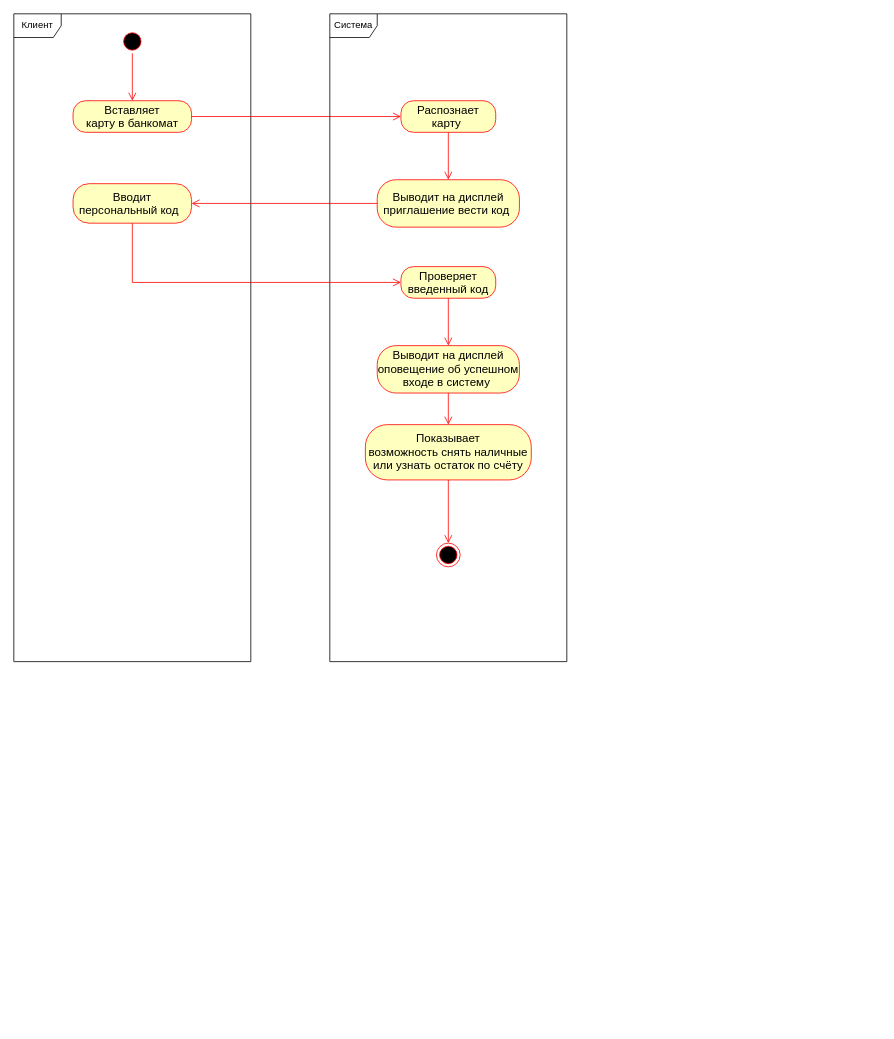
Above: page "Узнать остаток по счёту" (1 of 5) of папс/Банкомат/Банкомат Активность.drawio in KvoERR/pnrpu-3rd-year (draw.io), before the change. Source tidied: cells renumbered, new cells numbered last; positions are measured from the earlier drawing's top-left corner, leaving out a move shared by most shapes. Both pictures are drawn from the tidied source at 79%, with x=0, y=0 at pixel (13, 13).
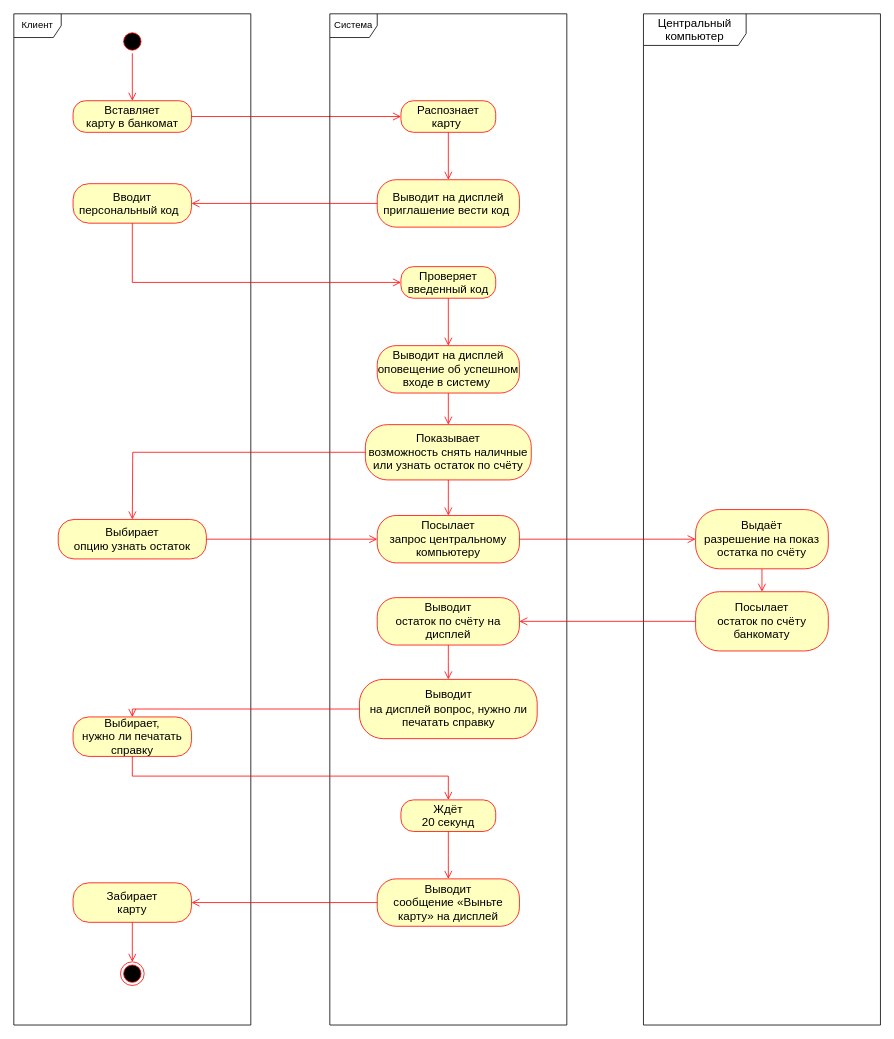
The same diagram, later.

Unchanged cells that the change refers to:
```xml
<mxCell id="17" value="&lt;span style=&quot;font-size:11.0pt;line-height:115%;&lt;br/&gt;font-family:&amp;quot;Calibri&amp;quot;,sans-serif;mso-ascii-theme-font:minor-latin;mso-fareast-font-family:&lt;br/&gt;Calibri;mso-fareast-theme-font:minor-latin;mso-hansi-theme-font:minor-latin;&lt;br/&gt;mso-bidi-font-family:&amp;quot;Times New Roman&amp;quot;;mso-bidi-theme-font:minor-bidi;&lt;br/&gt;mso-ansi-language:RU;mso-fareast-language:EN-US;mso-bidi-language:AR-SA&quot;&gt;Показывает&lt;br/&gt;возможность снять наличные или узнать остаток по счёту&lt;/span&gt;" style="rounded=1;whiteSpace=wrap;html=1;arcSize=40;fontColor=#000000;fillColor=#ffffc0;strokeColor=#ff0000;" parent="1" vertex="1">
  <mxGeometry x="445" y="520" width="210" height="70" as="geometry" />
</mxCell>
```

Diff of the diagram source:
```diff
@@
     <mxCell id="2" value="Клиент" style="shape=umlFrame;whiteSpace=wrap;html=1;" parent="1" vertex="1">
-      <mxGeometry width="300" height="820" as="geometry" />
+      <mxGeometry width="300" height="1280" as="geometry" />
     </mxCell>
@@
     <mxCell id="7" value="Система" style="shape=umlFrame;whiteSpace=wrap;html=1;" parent="1" vertex="1">
-      <mxGeometry x="400" width="300" height="820" as="geometry" />
+      <mxGeometry x="400" width="300" height="1280" as="geometry" />
     </mxCell>
@@
-    <mxCell id="19" style="ellipse;html=1;shape=endState;fillColor=#000000;strokeColor=#ff0000;" parent="1" vertex="1">
-      <mxGeometry x="535" y="670" width="30" height="30" as="geometry" />
-    </mxCell>
-    <mxCell id="20" style="edgeStyle=orthogonalEdgeStyle;html=1;verticalAlign=bottom;endArrow=open;endSize=8;strokeColor=#ff0000;rounded=0;entryX=0.5;entryY=0;entryDx=0;entryDy=0;exitX=0.5;exitY=1;exitDx=0;exitDy=0;" parent="1" edge="1" source="17" target="19">
-      <mxGeometry relative="1" as="geometry" />
-    </mxCell>
+    <mxCell id="21" style="edgeStyle=orthogonalEdgeStyle;html=1;verticalAlign=bottom;endArrow=open;endSize=8;strokeColor=#ff0000;rounded=0;exitX=0;exitY=0.5;exitDx=0;exitDy=0;" parent="1" edge="1" source="17">
+      <mxGeometry relative="1" as="geometry">
+        <mxPoint x="150" y="640" as="targetPoint" />
+      </mxGeometry>
+    </mxCell>
+    <mxCell id="22" value="&lt;span style=&quot;font-size:11.0pt;line-height:115%;&lt;br/&gt;font-family:&amp;quot;Calibri&amp;quot;,sans-serif;mso-ascii-theme-font:minor-latin;mso-fareast-font-family:&lt;br/&gt;Calibri;mso-fareast-theme-font:minor-latin;mso-hansi-theme-font:minor-latin;&lt;br/&gt;mso-bidi-font-family:&amp;quot;Times New Roman&amp;quot;;mso-bidi-theme-font:minor-bidi;&lt;br/&gt;mso-ansi-language:RU;mso-fareast-language:EN-US;mso-bidi-language:AR-SA&quot;&gt;Выбирает&lt;br/&gt;опцию узнать остаток&lt;/span&gt;" style="rounded=1;whiteSpace=wrap;html=1;arcSize=40;fontColor=#000000;fillColor=#ffffc0;strokeColor=#ff0000;" parent="1" vertex="1">
+      <mxGeometry x="56.2" y="640" width="187.5" height="50" as="geometry" />
+    </mxCell>
+    <mxCell id="23" style="edgeStyle=orthogonalEdgeStyle;html=1;verticalAlign=bottom;endArrow=open;endSize=8;strokeColor=#ff0000;rounded=0;entryX=0;entryY=0.5;entryDx=0;entryDy=0;" parent="1" edge="1" source="22" target="24">
+      <mxGeometry relative="1" as="geometry" />
+    </mxCell>
+    <mxCell id="24" value="&lt;span style=&quot;font-size:11.0pt;line-height:115%;&lt;br/&gt;font-family:&amp;quot;Calibri&amp;quot;,sans-serif;mso-ascii-theme-font:minor-latin;mso-fareast-font-family:&lt;br/&gt;Calibri;mso-fareast-theme-font:minor-latin;mso-hansi-theme-font:minor-latin;&lt;br/&gt;mso-bidi-font-family:&amp;quot;Times New Roman&amp;quot;;mso-bidi-theme-font:minor-bidi;&lt;br/&gt;mso-ansi-language:RU;mso-fareast-language:EN-US;mso-bidi-language:AR-SA&quot;&gt;Посылает&lt;br/&gt;запрос центральному компьютеру&lt;/span&gt;" style="rounded=1;whiteSpace=wrap;html=1;arcSize=40;fontColor=#000000;fillColor=#ffffc0;strokeColor=#ff0000;" parent="1" vertex="1">
+      <mxGeometry x="460" y="635" width="180" height="60" as="geometry" />
+    </mxCell>
+    <mxCell id="25" style="edgeStyle=orthogonalEdgeStyle;html=1;verticalAlign=bottom;endArrow=open;endSize=8;strokeColor=#ff0000;rounded=0;exitX=0.5;exitY=1;exitDx=0;exitDy=0;entryX=0.5;entryY=0;entryDx=0;entryDy=0;" parent="1" edge="1" source="34" target="40">
+      <mxGeometry relative="1" as="geometry" />
+    </mxCell>
+    <mxCell id="26" value="&lt;span style=&quot;font-size: 14.6667px;&quot;&gt;Выводит&lt;/span&gt;&lt;br style=&quot;font-size: 14.6667px;&quot;&gt;&lt;span style=&quot;font-size: 14.6667px;&quot;&gt;на дисплей вопрос, нужно ли печатать справку&lt;/span&gt;" style="rounded=1;whiteSpace=wrap;html=1;arcSize=40;fontColor=#000000;fillColor=#ffffc0;strokeColor=#ff0000;" parent="1" vertex="1">
+      <mxGeometry x="437.5" y="842.5" width="225" height="75" as="geometry" />
+    </mxCell>
+    <mxCell id="27" value="&lt;span style=&quot;font-size:11.0pt;line-height:115%;&lt;br/&gt;font-family:&amp;quot;Calibri&amp;quot;,sans-serif;mso-ascii-theme-font:minor-latin;mso-fareast-font-family:&lt;br/&gt;Calibri;mso-fareast-theme-font:minor-latin;mso-hansi-theme-font:minor-latin;&lt;br/&gt;mso-bidi-font-family:&amp;quot;Times New Roman&amp;quot;;mso-bidi-theme-font:minor-bidi;&lt;br/&gt;mso-ansi-language:RU;mso-fareast-language:EN-US;mso-bidi-language:AR-SA&quot;&gt;Выбирает,&lt;br/&gt;нужно ли печатать справку&lt;/span&gt;" style="rounded=1;whiteSpace=wrap;html=1;arcSize=40;fontColor=#000000;fillColor=#ffffc0;strokeColor=#ff0000;" parent="1" vertex="1">
+      <mxGeometry x="75" y="890" width="150" height="50" as="geometry" />
+    </mxCell>
+    <mxCell id="28" value="&lt;span style=&quot;font-size:11.0pt;line-height:115%;&lt;br/&gt;font-family:&amp;quot;Calibri&amp;quot;,sans-serif;mso-ascii-theme-font:minor-latin;mso-fareast-font-family:&lt;br/&gt;Calibri;mso-fareast-theme-font:minor-latin;mso-hansi-theme-font:minor-latin;&lt;br/&gt;mso-bidi-font-family:&amp;quot;Times New Roman&amp;quot;;mso-bidi-theme-font:minor-bidi;&lt;br/&gt;mso-ansi-language:RU;mso-fareast-language:EN-US;mso-bidi-language:AR-SA&quot;&gt;Ждёт&lt;br/&gt;20 секунд&lt;/span&gt;" style="rounded=1;whiteSpace=wrap;html=1;arcSize=40;fontColor=#000000;fillColor=#ffffc0;strokeColor=#ff0000;" parent="1" vertex="1">
+      <mxGeometry x="490" y="995" width="120" height="40" as="geometry" />
+    </mxCell>
+    <mxCell id="29" style="edgeStyle=orthogonalEdgeStyle;html=1;verticalAlign=bottom;endArrow=open;endSize=8;strokeColor=#ff0000;rounded=0;" parent="1" edge="1" source="28">
+      <mxGeometry relative="1" as="geometry">
+        <mxPoint x="550" y="1095" as="targetPoint" />
+      </mxGeometry>
+    </mxCell>
+    <mxCell id="30" value="&lt;span style=&quot;font-size:11.0pt;line-height:115%;&lt;br/&gt;font-family:&amp;quot;Calibri&amp;quot;,sans-serif;mso-ascii-theme-font:minor-latin;mso-fareast-font-family:&lt;br/&gt;Calibri;mso-fareast-theme-font:minor-latin;mso-hansi-theme-font:minor-latin;&lt;br/&gt;mso-bidi-font-family:&amp;quot;Times New Roman&amp;quot;;mso-bidi-theme-font:minor-bidi;&lt;br/&gt;mso-ansi-language:RU;mso-fareast-language:EN-US;mso-bidi-language:AR-SA&quot;&gt;Выводит&lt;br/&gt;сообщение «Выньте карту» на дисплей&lt;/span&gt;" style="rounded=1;whiteSpace=wrap;html=1;arcSize=40;fontColor=#000000;fillColor=#ffffc0;strokeColor=#ff0000;" parent="1" vertex="1">
+      <mxGeometry x="460" y="1095" width="180" height="60" as="geometry" />
+    </mxCell>
+    <mxCell id="31" style="ellipse;html=1;shape=endState;fillColor=#000000;strokeColor=#ff0000;" parent="1" vertex="1">
+      <mxGeometry x="135" y="1200" width="30" height="30" as="geometry" />
+    </mxCell>
+    <mxCell id="32" style="edgeStyle=orthogonalEdgeStyle;html=1;verticalAlign=bottom;endArrow=open;endSize=8;strokeColor=#ff0000;rounded=0;entryX=1;entryY=0.5;entryDx=0;entryDy=0;exitX=0;exitY=0.5;exitDx=0;exitDy=0;" parent="1" edge="1" source="30" target="43">
+      <mxGeometry relative="1" as="geometry" />
+    </mxCell>
+    <mxCell id="33" value="&lt;span style=&quot;font-size:11.0pt;line-height:115%;&lt;br/&gt;font-family:&amp;quot;Calibri&amp;quot;,sans-serif;mso-ascii-theme-font:minor-latin;mso-fareast-font-family:&lt;br/&gt;Calibri;mso-fareast-theme-font:minor-latin;mso-hansi-theme-font:minor-latin;&lt;br/&gt;mso-bidi-font-family:&amp;quot;Times New Roman&amp;quot;;mso-bidi-theme-font:minor-bidi;&lt;br/&gt;mso-ansi-language:RU;mso-fareast-language:EN-US;mso-bidi-language:AR-SA&quot;&gt;Центральный&lt;br/&gt;компьютер&lt;/span&gt;" style="shape=umlFrame;whiteSpace=wrap;html=1;width=130;height=40;" parent="1" vertex="1">
+      <mxGeometry x="797" width="300" height="1280" as="geometry" />
+    </mxCell>
+    <mxCell id="34" value="&lt;span style=&quot;font-size:11.0pt;line-height:115%;&lt;br/&gt;font-family:&amp;quot;Calibri&amp;quot;,sans-serif;mso-ascii-theme-font:minor-latin;mso-fareast-font-family:&lt;br/&gt;Calibri;mso-fareast-theme-font:minor-latin;mso-hansi-theme-font:minor-latin;&lt;br/&gt;mso-bidi-font-family:&amp;quot;Times New Roman&amp;quot;;mso-bidi-theme-font:minor-bidi;&lt;br/&gt;mso-ansi-language:RU;mso-fareast-language:EN-US;mso-bidi-language:AR-SA&quot;&gt;Выдаёт&lt;br/&gt;разрешение на показ остатка по счёту&lt;/span&gt;" style="rounded=1;whiteSpace=wrap;html=1;arcSize=40;fontColor=#000000;fillColor=#ffffc0;strokeColor=#ff0000;" parent="1" vertex="1">
+      <mxGeometry x="863" y="627.5" width="168" height="75" as="geometry" />
+    </mxCell>
+    <mxCell id="35" value="&lt;span style=&quot;font-size:11.0pt;line-height:115%;&lt;br/&gt;font-family:&amp;quot;Calibri&amp;quot;,sans-serif;mso-ascii-theme-font:minor-latin;mso-fareast-font-family:&lt;br/&gt;Calibri;mso-fareast-theme-font:minor-latin;mso-hansi-theme-font:minor-latin;&lt;br/&gt;mso-bidi-font-family:&amp;quot;Times New Roman&amp;quot;;mso-bidi-theme-font:minor-bidi;&lt;br/&gt;mso-ansi-language:RU;mso-fareast-language:EN-US;mso-bidi-language:AR-SA&quot;&gt;Выводит&lt;br/&gt;остаток по счёту на дисплей&lt;/span&gt;" style="rounded=1;whiteSpace=wrap;html=1;arcSize=40;fontColor=#000000;fillColor=#ffffc0;strokeColor=#ff0000;" parent="1" vertex="1">
+      <mxGeometry x="460" y="739" width="180" height="60" as="geometry" />
+    </mxCell>
+    <mxCell id="36" style="edgeStyle=orthogonalEdgeStyle;html=1;verticalAlign=bottom;endArrow=open;endSize=8;strokeColor=#ff0000;rounded=0;entryX=0.5;entryY=0;entryDx=0;entryDy=0;exitX=0.5;exitY=1;exitDx=0;exitDy=0;" parent="1" edge="1" source="35" target="26">
+      <mxGeometry relative="1" as="geometry">
+        <Array as="points">
+          <mxPoint x="550" y="820" />
+          <mxPoint x="550" y="820" />
+        </Array>
+      </mxGeometry>
+    </mxCell>
+    <mxCell id="37" style="edgeStyle=orthogonalEdgeStyle;html=1;verticalAlign=bottom;endArrow=open;endSize=8;strokeColor=#ff0000;rounded=0;entryX=0.5;entryY=0;entryDx=0;entryDy=0;exitX=0.5;exitY=1;exitDx=0;exitDy=0;" parent="1" edge="1" source="27" target="28">
+      <mxGeometry relative="1" as="geometry">
+        <Array as="points">
+          <mxPoint x="150" y="964.9" />
+          <mxPoint x="550" y="964.9" />
+        </Array>
+      </mxGeometry>
+    </mxCell>
+    <mxCell id="38" style="edgeStyle=orthogonalEdgeStyle;html=1;verticalAlign=bottom;endArrow=open;endSize=8;strokeColor=#ff0000;rounded=0;entryX=0.5;entryY=0;entryDx=0;entryDy=0;exitX=0;exitY=0.5;exitDx=0;exitDy=0;" parent="1" edge="1" source="26" target="27">
+      <mxGeometry relative="1" as="geometry">
+        <Array as="points">
+          <mxPoint x="150" y="880" />
+        </Array>
+      </mxGeometry>
+    </mxCell>
+    <mxCell id="39" style="edgeStyle=orthogonalEdgeStyle;html=1;verticalAlign=bottom;endArrow=open;endSize=8;strokeColor=#ff0000;rounded=0;entryX=0.5;entryY=0;entryDx=0;entryDy=0;exitX=0.5;exitY=1;exitDx=0;exitDy=0;" parent="1" edge="1" source="17" target="24">
+      <mxGeometry relative="1" as="geometry" />
+    </mxCell>
+    <mxCell id="40" value="&lt;span style=&quot;font-size:11.0pt;line-height:115%;&lt;br/&gt;font-family:&amp;quot;Calibri&amp;quot;,sans-serif;mso-ascii-theme-font:minor-latin;mso-fareast-font-family:&lt;br/&gt;Calibri;mso-fareast-theme-font:minor-latin;mso-hansi-theme-font:minor-latin;&lt;br/&gt;mso-bidi-font-family:&amp;quot;Times New Roman&amp;quot;;mso-bidi-theme-font:minor-bidi;&lt;br/&gt;mso-ansi-language:RU;mso-fareast-language:EN-US;mso-bidi-language:AR-SA&quot;&gt;Посылает&lt;br/&gt;остаток по счёту банкомату&lt;/span&gt;" style="rounded=1;whiteSpace=wrap;html=1;arcSize=40;fontColor=#000000;fillColor=#ffffc0;strokeColor=#ff0000;" parent="1" vertex="1">
+      <mxGeometry x="863" y="731.5" width="168" height="75" as="geometry" />
+    </mxCell>
+    <mxCell id="41" style="edgeStyle=orthogonalEdgeStyle;html=1;verticalAlign=bottom;endArrow=open;endSize=8;strokeColor=#ff0000;rounded=0;exitX=0;exitY=0.5;exitDx=0;exitDy=0;entryX=1;entryY=0.5;entryDx=0;entryDy=0;" parent="1" edge="1" source="40" target="35">
+      <mxGeometry relative="1" as="geometry" />
+    </mxCell>
+    <mxCell id="42" style="edgeStyle=orthogonalEdgeStyle;html=1;verticalAlign=bottom;endArrow=open;endSize=8;strokeColor=#ff0000;rounded=0;exitX=1;exitY=0.5;exitDx=0;exitDy=0;entryX=0;entryY=0.5;entryDx=0;entryDy=0;" parent="1" edge="1" source="24" target="34">
+      <mxGeometry relative="1" as="geometry" />
+    </mxCell>
+    <mxCell id="43" value="&lt;span style=&quot;font-size:11.0pt;line-height:115%;&lt;br/&gt;font-family:&amp;quot;Calibri&amp;quot;,sans-serif;mso-ascii-theme-font:minor-latin;mso-fareast-font-family:&lt;br/&gt;Calibri;mso-fareast-theme-font:minor-latin;mso-hansi-theme-font:minor-latin;&lt;br/&gt;mso-bidi-font-family:&amp;quot;Times New Roman&amp;quot;;mso-bidi-theme-font:minor-bidi;&lt;br/&gt;mso-ansi-language:RU;mso-fareast-language:EN-US;mso-bidi-language:AR-SA&quot;&gt;Забирает&lt;br/&gt;карту&lt;/span&gt;" style="rounded=1;whiteSpace=wrap;html=1;arcSize=40;fontColor=#000000;fillColor=#ffffc0;strokeColor=#ff0000;" parent="1" vertex="1">
+      <mxGeometry x="75" y="1100" width="150" height="50" as="geometry" />
+    </mxCell>
+    <mxCell id="44" style="edgeStyle=orthogonalEdgeStyle;html=1;verticalAlign=bottom;endArrow=open;endSize=8;strokeColor=#ff0000;rounded=0;entryX=0.5;entryY=0;entryDx=0;entryDy=0;exitX=0.5;exitY=1;exitDx=0;exitDy=0;" parent="1" edge="1" source="43" target="31">
+      <mxGeometry relative="1" as="geometry" />
+    </mxCell>
```
